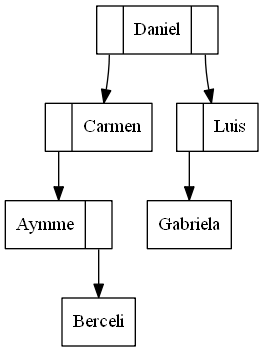
Earlier version of the Graphviz export scrabble/ArbolABB.png (ChrisUSAC/EDD_1S2020_PY1_201709272). Its source is kept beside it as scrabble/ArbolABB.dot.
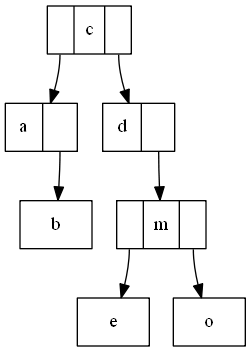
The same diagram one commit later.

Diff of the diagram source:
```diff
@@ -3,16 +3,18 @@
 rankdir=TB;
 
 node [shape = record];
-N_Daniel[label ="<HI>|Daniel|<HD>"];
-N_Carmen[label ="<HI>|Carmen"];
-N_Aymme[label ="Aymme|<HD>"];
-N_Berceli[label ="Berceli"];
-N_Aymme:HD -> N_Berceli
-N_Carmen:HI -> N_Aymme
-N_Daniel:HI -> N_Carmen
-N_Luis[label ="<HI>|Luis"];
-N_Gabriela[label ="Gabriela"];
-N_Luis:HI -> N_Gabriela
-N_Daniel:HD -> N_Luis
+N_c[label ="<HI>|c|<HD>"];
+N_a[label ="a|<HD>"];
+N_b[label ="b"];
+N_a:HD -> N_b
+N_c:HI -> N_a
+N_d[label ="d|<HD>"];
+N_m[label ="<HI>|m|<HD>"];
+N_e[label ="e"];
+N_m:HI -> N_e
+N_o[label ="o"];
+N_m:HD -> N_o
+N_d:HD -> N_m
+N_c:HD -> N_d
 
 }
```
